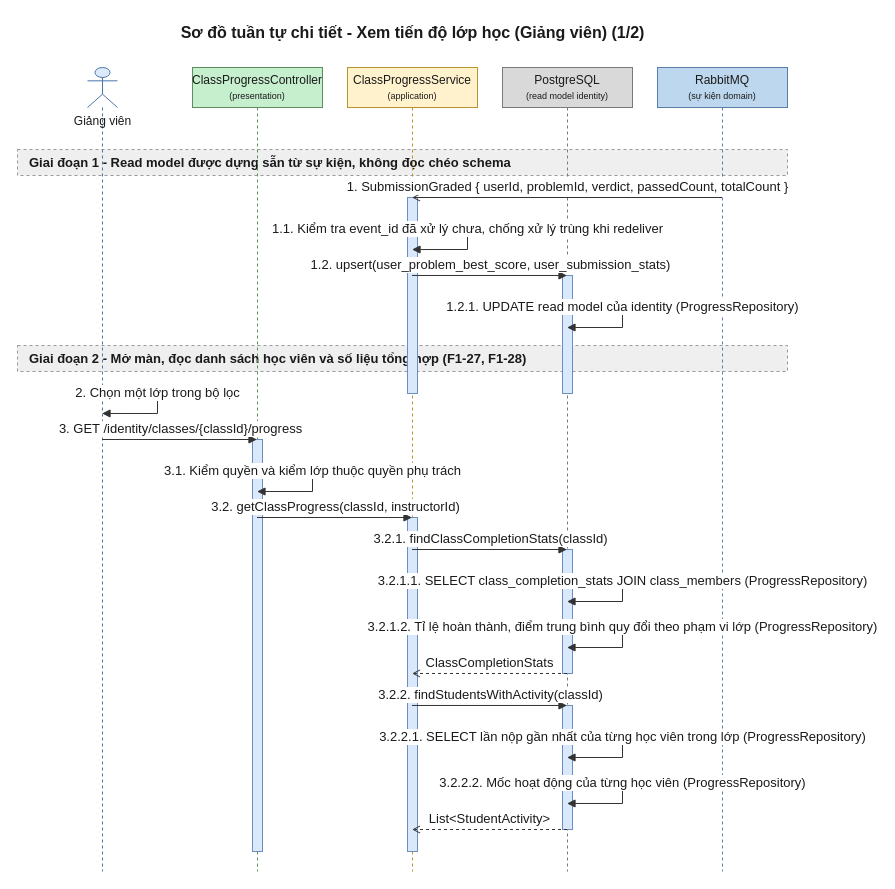
The draw.io diagram 08-diagram/sequence/gv/sequence_gv_xem_tien_do_lop_p1.drawio in daiphu1801/PRJ_ALGOPREP, before the edit. Source tidied: cells renumbered, new cells numbered last; positions are measured from the earlier drawing's top-left corner, leaving out a move shared by most shapes. Both pictures are drawn from the tidied source at 100%, with x=0, y=0 at pixel (17, 17).
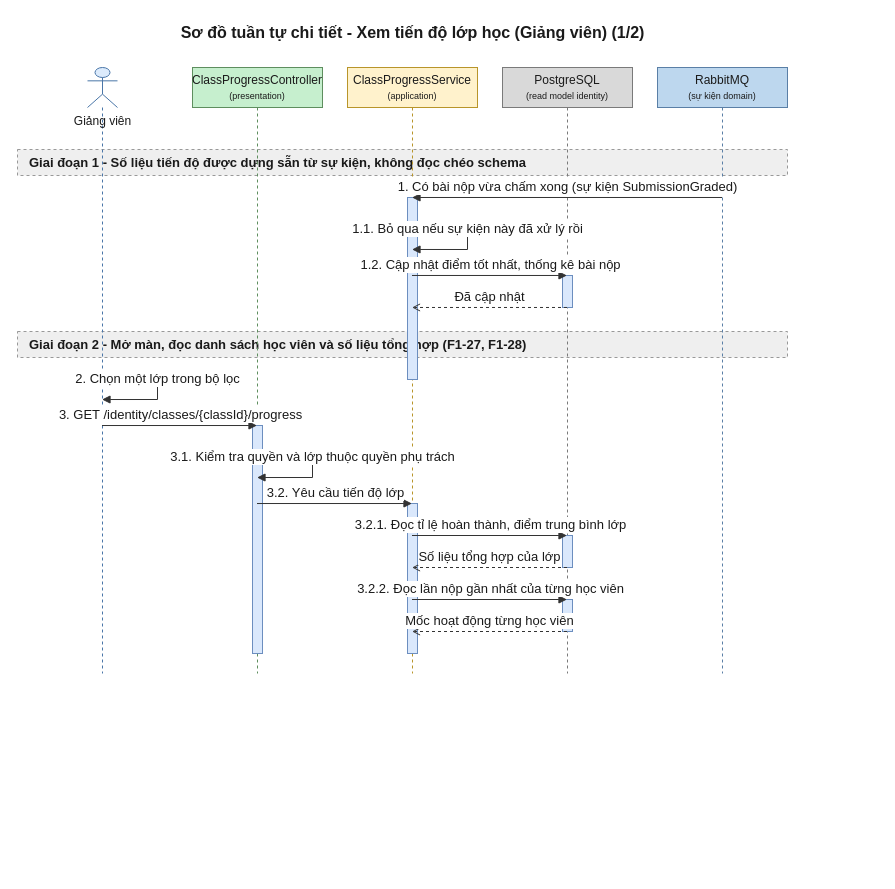
The same diagram, later.

The edit, as a diff of the source:
```diff
@@
-    <mxCell id="3" value="Giai đoạn 1 - Read model được dựng sẵn từ sự kiện, không đọc chéo schema" style="algoprep=phase;rounded=0;whiteSpace=wrap;html=1;fillColor=#EFEFEF;strokeColor=#999999;dashed=1;align=left;verticalAlign=middle;spacingLeft=10;fontColor=#1A1A1A;fontSize=13;fontStyle=1;" parent="1" vertex="1">
+    <mxCell id="3" value="Giai đoạn 1 - Số liệu tiến độ được dựng sẵn từ sự kiện, không đọc chéo schema" style="algoprep=phase;rounded=0;whiteSpace=wrap;html=1;fillColor=#EFEFEF;strokeColor=#999999;dashed=1;align=left;verticalAlign=middle;spacingLeft=10;fontColor=#1A1A1A;fontSize=13;fontStyle=1;" parent="1" vertex="1">
       <mxGeometry y="132" width="770" height="26" as="geometry" />
     </mxCell>
     <mxCell id="4" value="Giai đoạn 2 - Mở màn, đọc danh sách học viên và số liệu tổng hợp (F1-27, F1-28)" style="algoprep=phase;rounded=0;whiteSpace=wrap;html=1;fillColor=#EFEFEF;strokeColor=#999999;dashed=1;align=left;verticalAlign=middle;spacingLeft=10;fontColor=#1A1A1A;fontSize=13;fontStyle=1;" parent="1" vertex="1">
-      <mxGeometry y="328" width="770" height="26" as="geometry" />
+      <mxGeometry y="314" width="770" height="26" as="geometry" />
     </mxCell>
     <mxCell id="5" value="Giảng viên" style="shape=umlLifeline;participant=umlActor;perimeter=lifelinePerimeter;html=1;outlineConnect=0;size=40;verticalAlign=top;spacingTop=40;fillColor=#DCEBFC;strokeColor=#4A76A8;fontColor=#1A1A1A;" parent="1" vertex="1">
-      <mxGeometry x="70" y="50" width="30" height="804" as="geometry" />
+      <mxGeometry x="70" y="50" width="30" height="606" as="geometry" />
     </mxCell>
     <mxCell id="6" value="ClassProgressController&lt;br&gt;&lt;font style=&quot;font-size:9px&quot;&gt;(presentation)&lt;/font&gt;" style="shape=umlLifeline;perimeter=lifelinePerimeter;whiteSpace=wrap;html=1;outlineConnect=0;size=40;fillColor=#C6EFCE;strokeColor=#5E8E5E;fontColor=#1A1A1A;" parent="1" vertex="1">
-      <mxGeometry x="175" y="50" width="130" height="804" as="geometry" />
+      <mxGeometry x="175" y="50" width="130" height="606" as="geometry" />
     </mxCell>
     <mxCell id="7" value="ClassProgressService&lt;br&gt;&lt;font style=&quot;font-size:9px&quot;&gt;(application)&lt;/font&gt;" style="shape=umlLifeline;perimeter=lifelinePerimeter;whiteSpace=wrap;html=1;outlineConnect=0;size=40;fillColor=#FFF2CC;strokeColor=#B8952A;fontColor=#1A1A1A;" parent="1" vertex="1">
-      <mxGeometry x="330" y="50" width="130" height="804" as="geometry" />
+      <mxGeometry x="330" y="50" width="130" height="606" as="geometry" />
     </mxCell>
     <mxCell id="8" value="PostgreSQL&lt;br&gt;&lt;font style=&quot;font-size:9px&quot;&gt;(read model identity)&lt;/font&gt;" style="shape=umlLifeline;perimeter=lifelinePerimeter;whiteSpace=wrap;html=1;outlineConnect=0;size=40;fillColor=#D9D9D9;strokeColor=#7A7A7A;fontColor=#1A1A1A;" parent="1" vertex="1">
-      <mxGeometry x="485" y="50" width="130" height="804" as="geometry" />
+      <mxGeometry x="485" y="50" width="130" height="606" as="geometry" />
     </mxCell>
     <mxCell id="9" value="RabbitMQ&lt;br&gt;&lt;font style=&quot;font-size:9px&quot;&gt;(sự kiện domain)&lt;/font&gt;" style="shape=umlLifeline;perimeter=lifelinePerimeter;whiteSpace=wrap;html=1;outlineConnect=0;size=40;fillColor=#BDD7EE;strokeColor=#5A7FA6;fontColor=#1A1A1A;" parent="1" vertex="1">
-      <mxGeometry x="640" y="50" width="130" height="804" as="geometry" />
+      <mxGeometry x="640" y="50" width="130" height="606" as="geometry" />
     </mxCell>
     <mxCell id="10" style="html=1;perimeter=orthogonalPerimeter;targetShapes=umlLifeline;fillColor=#DAE8FC;strokeColor=#6C8EBF;" parent="8" vertex="1">
-      <mxGeometry x="60" y="208" width="10" height="118" as="geometry" />
+      <mxGeometry x="60" y="208" width="10" height="32" as="geometry" />
     </mxCell>
     <mxCell id="11" style="html=1;perimeter=orthogonalPerimeter;targetShapes=umlLifeline;fillColor=#DAE8FC;strokeColor=#6C8EBF;" parent="7" vertex="1">
-      <mxGeometry x="60" y="130" width="10" height="196" as="geometry" />
+      <mxGeometry x="60" y="130" width="10" height="182" as="geometry" />
     </mxCell>
     <mxCell id="12" style="html=1;perimeter=orthogonalPerimeter;targetShapes=umlLifeline;fillColor=#DAE8FC;strokeColor=#6C8EBF;" parent="8" vertex="1">
-      <mxGeometry x="60" y="482" width="10" height="124" as="geometry" />
+      <mxGeometry x="60" y="468" width="10" height="32" as="geometry" />
     </mxCell>
     <mxCell id="13" style="html=1;perimeter=orthogonalPerimeter;targetShapes=umlLifeline;fillColor=#DAE8FC;strokeColor=#6C8EBF;" parent="8" vertex="1">
-      <mxGeometry x="60" y="638" width="10" height="124" as="geometry" />
+      <mxGeometry x="60" y="532" width="10" height="32" as="geometry" />
     </mxCell>
     <mxCell id="14" style="html=1;perimeter=orthogonalPerimeter;targetShapes=umlLifeline;fillColor=#DAE8FC;strokeColor=#6C8EBF;" parent="6" vertex="1">
-      <mxGeometry x="60" y="372" width="10" height="412" as="geometry" />
+      <mxGeometry x="60" y="358" width="10" height="228" as="geometry" />
     </mxCell>
     <mxCell id="15" style="html=1;perimeter=orthogonalPerimeter;targetShapes=umlLifeline;fillColor=#DAE8FC;strokeColor=#6C8EBF;" parent="7" vertex="1">
-      <mxGeometry x="60" y="450" width="10" height="334" as="geometry" />
+      <mxGeometry x="60" y="436" width="10" height="150" as="geometry" />
     </mxCell>
-    <mxCell id="16" value="1. SubmissionGraded { userId, problemId, verdict, passedCount, totalCount }" style="edgeStyle=none;html=1;endArrow=open;endFill=0;strokeColor=#333333;fontColor=#1A1A1A;fontSize=13;verticalAlign=bottom;exitX=0.5;exitY=0.1617;exitDx=0;exitDy=0;entryX=0.5;entryY=0.1617;entryDx=0;entryDy=0;" parent="1" edge="1" source="9" target="7">
+    <mxCell id="16" value="1. Có bài nộp vừa chấm xong (sự kiện SubmissionGraded)" style="edgeStyle=none;html=1;endArrow=block;endFill=1;strokeColor=#333333;fontColor=#1A1A1A;fontSize=13;verticalAlign=bottom;exitX=0.5;exitY=0.2145;exitDx=0;exitDy=0;entryX=0.5;entryY=0.2145;entryDx=0;entryDy=0;" parent="1" edge="1" source="9" target="7">
       <mxGeometry relative="1" as="geometry" />
     </mxCell>
-    <mxCell id="17" value="1.1. Kiểm tra event_id đã xử lý chưa, chống xử lý trùng khi redeliver" style="edgeStyle=orthogonalEdgeStyle;rounded=0;html=1;endArrow=block;endFill=1;strokeColor=#333333;fontColor=#1A1A1A;fontSize=13;verticalAlign=bottom;exitX=0.5;exitY=0.2015;exitDx=0;exitDy=0;entryX=0.5;entryY=0.2264;entryDx=0;entryDy=0;" parent="1" edge="1" source="7" target="7">
+    <mxCell id="17" value="1.1. Bỏ qua nếu sự kiện này đã xử lý rồi" style="edgeStyle=orthogonalEdgeStyle;rounded=0;html=1;endArrow=block;endFill=1;strokeColor=#333333;fontColor=#1A1A1A;fontSize=13;verticalAlign=bottom;exitX=0.5;exitY=0.2673;exitDx=0;exitDy=0;entryX=0.5;entryY=0.3003;entryDx=0;entryDy=0;" parent="1" edge="1" source="7" target="7">
       <mxGeometry relative="1" as="geometry">
         <Array as="points">
           <mxPoint x="450" y="212" />
           <mxPoint x="450" y="232" />
         </Array>
       </mxGeometry>
     </mxCell>
-    <mxCell id="18" value="1.2. upsert(user_problem_best_score, user_submission_stats)" style="edgeStyle=none;html=1;endArrow=block;endFill=1;strokeColor=#333333;fontColor=#1A1A1A;fontSize=13;verticalAlign=bottom;exitX=0.5;exitY=0.2587;exitDx=0;exitDy=0;entryX=0.5;entryY=0.2587;entryDx=0;entryDy=0;" parent="1" edge="1" source="7" target="8">
+    <mxCell id="18" value="1.2. Cập nhật điểm tốt nhất, thống kê bài nộp" style="edgeStyle=none;html=1;endArrow=block;endFill=1;strokeColor=#333333;fontColor=#1A1A1A;fontSize=13;verticalAlign=bottom;exitX=0.5;exitY=0.3432;exitDx=0;exitDy=0;entryX=0.5;entryY=0.3432;entryDx=0;entryDy=0;" parent="1" edge="1" source="7" target="8">
       <mxGeometry relative="1" as="geometry" />
     </mxCell>
-    <mxCell id="19" value="1.2.1. UPDATE read model của identity (ProgressRepository)" style="edgeStyle=orthogonalEdgeStyle;rounded=0;html=1;endArrow=block;endFill=1;strokeColor=#333333;fontColor=#1A1A1A;fontSize=13;verticalAlign=bottom;exitX=0.5;exitY=0.2985;exitDx=0;exitDy=0;entryX=0.5;entryY=0.3234;entryDx=0;entryDy=0;" parent="1" edge="1" source="8" target="8">
-      <mxGeometry relative="1" as="geometry">
-        <Array as="points">
-          <mxPoint x="605" y="290" />
-          <mxPoint x="605" y="310" />
-        </Array>
-      </mxGeometry>
+    <mxCell id="19" value="Đã cập nhật" style="edgeStyle=none;html=1;endArrow=open;endFill=0;dashed=1;strokeColor=#333333;fontColor=#1A1A1A;fontSize=13;verticalAlign=bottom;exitX=0.5;exitY=0.3960;exitDx=0;exitDy=0;entryX=0.5;entryY=0.3960;entryDx=0;entryDy=0;" parent="1" edge="1" source="8" target="7">
+      <mxGeometry relative="1" as="geometry" />
     </mxCell>
-    <mxCell id="20" value="2. Chọn một lớp trong bộ lọc" style="edgeStyle=orthogonalEdgeStyle;rounded=0;html=1;endArrow=block;endFill=1;strokeColor=#333333;fontColor=#1A1A1A;fontSize=13;verticalAlign=bottom;exitX=0.5;exitY=0.4055;exitDx=0;exitDy=0;entryX=0.5;entryY=0.4303;entryDx=0;entryDy=0;" parent="1" edge="1" source="5" target="5">
+    <mxCell id="20" value="2. Chọn một lớp trong bộ lọc" style="edgeStyle=orthogonalEdgeStyle;rounded=0;html=1;endArrow=block;endFill=1;strokeColor=#333333;fontColor=#1A1A1A;fontSize=13;verticalAlign=bottom;exitX=0.5;exitY=0.5149;exitDx=0;exitDy=0;entryX=0.5;entryY=0.5479;entryDx=0;entryDy=0;" parent="1" edge="1" source="5" target="5">
       <mxGeometry relative="1" as="geometry">
         <Array as="points">
-          <mxPoint x="140" y="376" />
-          <mxPoint x="140" y="396" />
+          <mxPoint x="140" y="362" />
+          <mxPoint x="140" y="382" />
         </Array>
       </mxGeometry>
     </mxCell>
-    <mxCell id="21" value="3. GET /identity/classes/{classId}/progress" style="edgeStyle=none;html=1;endArrow=block;endFill=1;strokeColor=#333333;fontColor=#1A1A1A;fontSize=13;verticalAlign=bottom;exitX=0.5;exitY=0.4627;exitDx=0;exitDy=0;entryX=0.5;entryY=0.4627;entryDx=0;entryDy=0;" parent="1" edge="1" source="5" target="6">
+    <mxCell id="21" value="3. GET /identity/classes/{classId}/progress" style="edgeStyle=none;html=1;endArrow=block;endFill=1;strokeColor=#333333;fontColor=#1A1A1A;fontSize=13;verticalAlign=bottom;exitX=0.5;exitY=0.5908;exitDx=0;exitDy=0;entryX=0.5;entryY=0.5908;entryDx=0;entryDy=0;" parent="1" edge="1" source="5" target="6">
       <mxGeometry relative="1" as="geometry" />
     </mxCell>
-    <mxCell id="22" value="3.1. Kiểm quyền và kiểm lớp thuộc quyền phụ trách" style="edgeStyle=orthogonalEdgeStyle;rounded=0;html=1;endArrow=block;endFill=1;strokeColor=#333333;fontColor=#1A1A1A;fontSize=13;verticalAlign=bottom;exitX=0.5;exitY=0.5025;exitDx=0;exitDy=0;entryX=0.5;entryY=0.5274;entryDx=0;entryDy=0;" parent="1" edge="1" source="6" target="6">
+    <mxCell id="22" value="3.1. Kiểm tra quyền và lớp thuộc quyền phụ trách" style="edgeStyle=orthogonalEdgeStyle;rounded=0;html=1;endArrow=block;endFill=1;strokeColor=#333333;fontColor=#1A1A1A;fontSize=13;verticalAlign=bottom;exitX=0.5;exitY=0.6436;exitDx=0;exitDy=0;entryX=0.5;entryY=0.6766;entryDx=0;entryDy=0;" parent="1" edge="1" source="6" target="6">
       <mxGeometry relative="1" as="geometry">
         <Array as="points">
-          <mxPoint x="295" y="454" />
-          <mxPoint x="295" y="474" />
+          <mxPoint x="295" y="440" />
+          <mxPoint x="295" y="460" />
         </Array>
       </mxGeometry>
     </mxCell>
-    <mxCell id="23" value="3.2. getClassProgress(classId, instructorId)" style="edgeStyle=none;html=1;endArrow=block;endFill=1;strokeColor=#333333;fontColor=#1A1A1A;fontSize=13;verticalAlign=bottom;exitX=0.5;exitY=0.5597;exitDx=0;exitDy=0;entryX=0.5;entryY=0.5597;entryDx=0;entryDy=0;" parent="1" edge="1" source="6" target="7">
+    <mxCell id="23" value="3.2. Yêu cầu tiến độ lớp" style="edgeStyle=none;html=1;endArrow=block;endFill=1;strokeColor=#333333;fontColor=#1A1A1A;fontSize=13;verticalAlign=bottom;exitX=0.5;exitY=0.7195;exitDx=0;exitDy=0;entryX=0.5;entryY=0.7195;entryDx=0;entryDy=0;" parent="1" edge="1" source="6" target="7">
       <mxGeometry relative="1" as="geometry" />
     </mxCell>
-    <mxCell id="24" value="3.2.1. findClassCompletionStats(classId)" style="edgeStyle=none;html=1;endArrow=block;endFill=1;strokeColor=#333333;fontColor=#1A1A1A;fontSize=13;verticalAlign=bottom;exitX=0.5;exitY=0.5995;exitDx=0;exitDy=0;entryX=0.5;entryY=0.5995;entryDx=0;entryDy=0;" parent="1" edge="1" source="7" target="8">
+    <mxCell id="24" value="3.2.1. Đọc tỉ lệ hoàn thành, điểm trung bình lớp" style="edgeStyle=none;html=1;endArrow=block;endFill=1;strokeColor=#333333;fontColor=#1A1A1A;fontSize=13;verticalAlign=bottom;exitX=0.5;exitY=0.7723;exitDx=0;exitDy=0;entryX=0.5;entryY=0.7723;entryDx=0;entryDy=0;" parent="1" edge="1" source="7" target="8">
       <mxGeometry relative="1" as="geometry" />
     </mxCell>
-    <mxCell id="25" value="3.2.1.1. SELECT class_completion_stats JOIN class_members (ProgressRepository)" style="edgeStyle=orthogonalEdgeStyle;rounded=0;html=1;endArrow=block;endFill=1;strokeColor=#333333;fontColor=#1A1A1A;fontSize=13;verticalAlign=bottom;exitX=0.5;exitY=0.6393;exitDx=0;exitDy=0;entryX=0.5;entryY=0.6642;entryDx=0;entryDy=0;" parent="1" edge="1" source="8" target="8">
-      <mxGeometry relative="1" as="geometry">
-        <Array as="points">
-          <mxPoint x="605" y="564" />
-          <mxPoint x="605" y="584" />
-        </Array>
-      </mxGeometry>
+    <mxCell id="25" value="Số liệu tổng hợp của lớp" style="edgeStyle=none;html=1;endArrow=open;endFill=0;dashed=1;strokeColor=#333333;fontColor=#1A1A1A;fontSize=13;verticalAlign=bottom;exitX=0.5;exitY=0.8251;exitDx=0;exitDy=0;entryX=0.5;entryY=0.8251;entryDx=0;entryDy=0;" parent="1" edge="1" source="8" target="7">
+      <mxGeometry relative="1" as="geometry" />
     </mxCell>
-    <mxCell id="26" value="3.2.1.2. Tỉ lệ hoàn thành, điểm trung bình quy đổi theo phạm vi lớp (ProgressRepository)" style="edgeStyle=orthogonalEdgeStyle;rounded=0;html=1;endArrow=block;endFill=1;strokeColor=#333333;fontColor=#1A1A1A;fontSize=13;verticalAlign=bottom;exitX=0.5;exitY=0.6965;exitDx=0;exitDy=0;entryX=0.5;entryY=0.7214;entryDx=0;entryDy=0;" parent="1" edge="1" source="8" target="8">
-      <mxGeometry relative="1" as="geometry">
-        <Array as="points">
-          <mxPoint x="605" y="610" />
-          <mxPoint x="605" y="630" />
-        </Array>
-      </mxGeometry>
+    <mxCell id="26" value="3.2.2. Đọc lần nộp gần nhất của từng học viên" style="edgeStyle=none;html=1;endArrow=block;endFill=1;strokeColor=#333333;fontColor=#1A1A1A;fontSize=13;verticalAlign=bottom;exitX=0.5;exitY=0.8779;exitDx=0;exitDy=0;entryX=0.5;entryY=0.8779;entryDx=0;entryDy=0;" parent="1" edge="1" source="7" target="8">
+      <mxGeometry relative="1" as="geometry" />
     </mxCell>
-    <mxCell id="27" value="ClassCompletionStats" style="edgeStyle=none;html=1;endArrow=open;endFill=0;dashed=1;strokeColor=#333333;fontColor=#1A1A1A;fontSize=13;verticalAlign=bottom;exitX=0.5;exitY=0.7537;exitDx=0;exitDy=0;entryX=0.5;entryY=0.7537;entryDx=0;entryDy=0;" parent="1" edge="1" source="8" target="7">
+    <mxCell id="27" value="Mốc hoạt động từng học viên" style="edgeStyle=none;html=1;endArrow=open;endFill=0;dashed=1;strokeColor=#333333;fontColor=#1A1A1A;fontSize=13;verticalAlign=bottom;exitX=0.5;exitY=0.9307;exitDx=0;exitDy=0;entryX=0.5;entryY=0.9307;entryDx=0;entryDy=0;" parent="1" edge="1" source="8" target="7">
       <mxGeometry relative="1" as="geometry" />
     </mxCell>
-    <mxCell id="28" value="3.2.2. findStudentsWithActivity(classId)" style="edgeStyle=none;html=1;endArrow=block;endFill=1;strokeColor=#333333;fontColor=#1A1A1A;fontSize=13;verticalAlign=bottom;exitX=0.5;exitY=0.7935;exitDx=0;exitDy=0;entryX=0.5;entryY=0.7935;entryDx=0;entryDy=0;" parent="1" edge="1" source="7" target="8">
-      <mxGeometry relative="1" as="geometry" />
-    </mxCell>
-    <mxCell id="29" value="3.2.2.1. SELECT lần nộp gần nhất của từng học viên trong lớp (ProgressRepository)" style="edgeStyle=orthogonalEdgeStyle;rounded=0;html=1;endArrow=block;endFill=1;strokeColor=#333333;fontColor=#1A1A1A;fontSize=13;verticalAlign=bottom;exitX=0.5;exitY=0.8333;exitDx=0;exitDy=0;entryX=0.5;entryY=0.8582;entryDx=0;entryDy=0;" parent="1" edge="1" source="8" target="8">
-      <mxGeometry relative="1" as="geometry">
-        <Array as="points">
-          <mxPoint x="605" y="720" />
-          <mxPoint x="605" y="740" />
-        </Array>
-      </mxGeometry>
-    </mxCell>
-    <mxCell id="30" value="3.2.2.2. Mốc hoạt động của từng học viên (ProgressRepository)" style="edgeStyle=orthogonalEdgeStyle;rounded=0;html=1;endArrow=block;endFill=1;strokeColor=#333333;fontColor=#1A1A1A;fontSize=13;verticalAlign=bottom;exitX=0.5;exitY=0.8905;exitDx=0;exitDy=0;entryX=0.5;entryY=0.9154;entryDx=0;entryDy=0;" parent="1" edge="1" source="8" target="8">
-      <mxGeometry relative="1" as="geometry">
-        <Array as="points">
-          <mxPoint x="605" y="766" />
-          <mxPoint x="605" y="786" />
-        </Array>
-      </mxGeometry>
-    </mxCell>
-    <mxCell id="31" value="List&amp;lt;StudentActivity&amp;gt;" style="edgeStyle=none;html=1;endArrow=open;endFill=0;dashed=1;strokeColor=#333333;fontColor=#1A1A1A;fontSize=13;verticalAlign=bottom;exitX=0.5;exitY=0.9478;exitDx=0;exitDy=0;entryX=0.5;entryY=0.9478;entryDx=0;entryDy=0;" parent="1" edge="1" source="8" target="7">
-      <mxGeometry relative="1" as="geometry" />
-    </mxCell>
```
